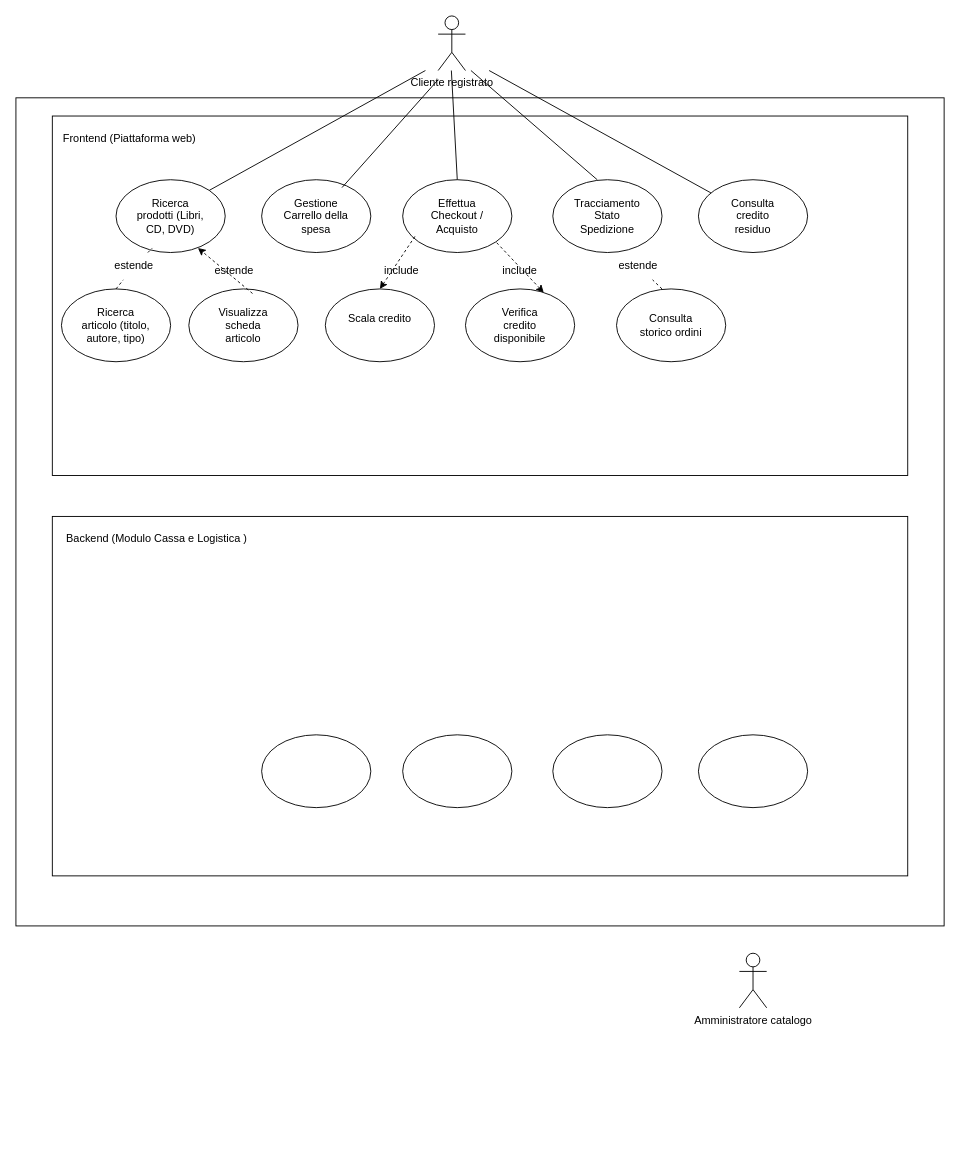
Above: Esercizio.drawio in taskos07/UML-casi-pratici (draw.io), before the change. Source tidied: cells renumbered, new cells numbered last; positions are measured from the earlier drawing's top-left corner, leaving out a move shared by most shapes. Both pictures are drawn from the tidied source at 91%, with x=0, y=0 at pixel (15, 15).
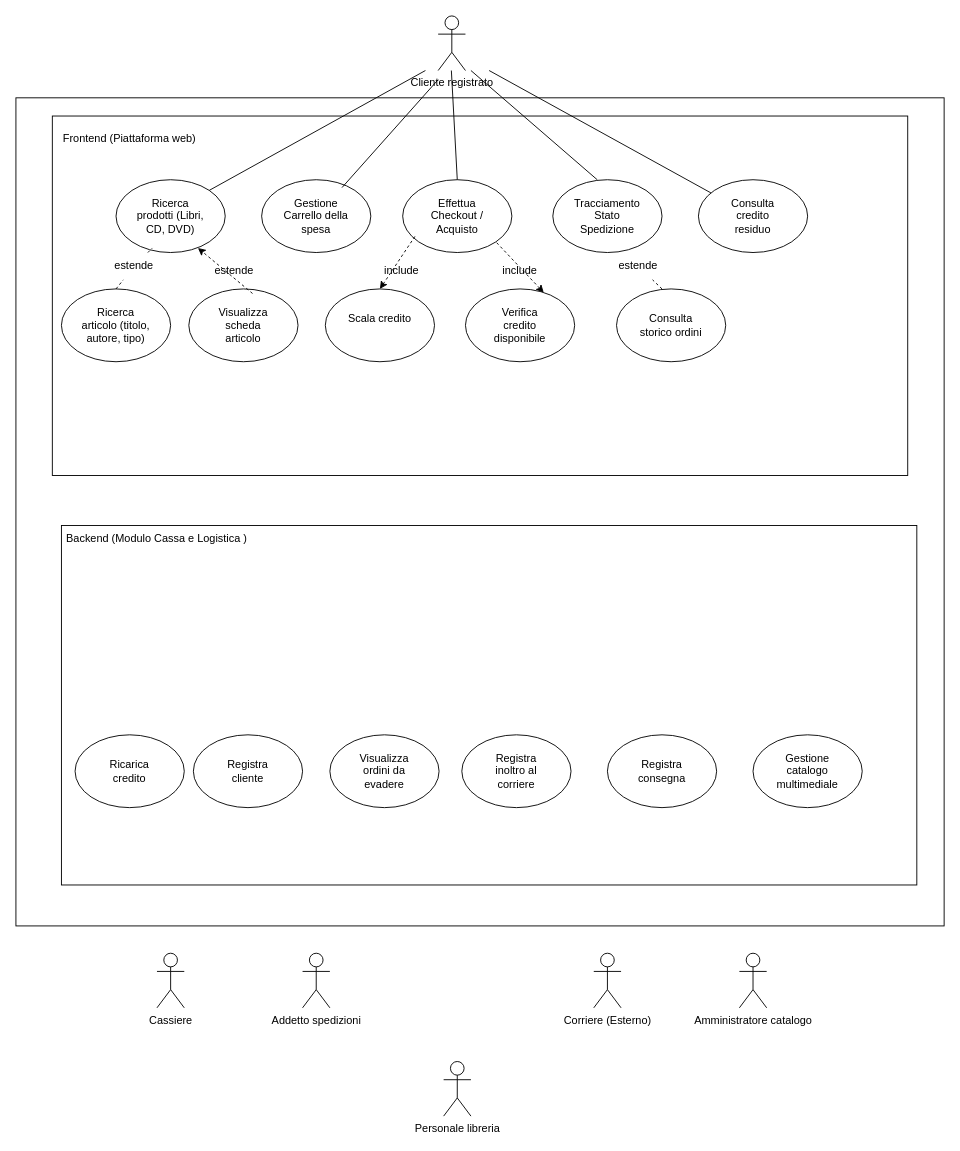
The same diagram, later.

Commit message:
fix: inseriti cassiere, addetto spedizioni e i relativi ovali nel modulo cassa/logistica

Diff of the diagram source:
```diff
@@
     <mxCell id="43" style="rounded=0;whiteSpace=wrap;html=1;" parent="1" vertex="1">
-      <mxGeometry x="40" y="550" width="940" height="395" as="geometry" />
+      <mxGeometry x="50" y="560" width="940" height="395" as="geometry" />
     </mxCell>
@@
     <mxCell id="45" style="ellipse;whiteSpace=wrap;html=1;shapeInside=1;" parent="1" vertex="1">
-      <mxGeometry x="270" y="790" width="120" height="80" as="geometry" />
+      <mxGeometry x="345" y="790" width="120" height="80" as="geometry" />
     </mxCell>
     <mxCell id="46" style="ellipse;whiteSpace=wrap;html=1;shapeInside=1;" parent="1" vertex="1">
-      <mxGeometry x="425" y="790" width="120" height="80" as="geometry" />
+      <mxGeometry x="490" y="790" width="120" height="80" as="geometry" />
     </mxCell>
     <mxCell id="47" style="ellipse;whiteSpace=wrap;html=1;shapeInside=1;" parent="1" vertex="1">
-      <mxGeometry x="590" y="790" width="120" height="80" as="geometry" />
+      <mxGeometry x="650" y="790" width="120" height="80" as="geometry" />
     </mxCell>
     <mxCell id="48" style="ellipse;whiteSpace=wrap;html=1;shapeInside=1;" parent="1" vertex="1">
-      <mxGeometry x="750" y="790" width="120" height="80" as="geometry" />
+      <mxGeometry x="810" y="790" width="120" height="80" as="geometry" />
     </mxCell>
@@
+    <mxCell id="50" value="&lt;div&gt;Gestione catalogo multimediale&lt;/div&gt;" style="text;html=1;whiteSpace=wrap;strokeColor=none;fillColor=none;align=center;verticalAlign=middle;rounded=0;" parent="1" vertex="1">
+      <mxGeometry x="830" y="815" width="80" height="30" as="geometry" />
+    </mxCell>
+    <mxCell id="51" style="ellipse;whiteSpace=wrap;html=1;shapeInside=1;" parent="1" vertex="1">
+      <mxGeometry x="195" y="790" width="120" height="80" as="geometry" />
+    </mxCell>
+    <mxCell id="52" value="&lt;div&gt;Corriere (Esterno)&lt;/div&gt;&lt;div&gt;&lt;br&gt;&lt;/div&gt;" style="shape=umlActor;verticalLabelPosition=bottom;verticalAlign=top;html=1;" parent="1" vertex="1">
+      <mxGeometry x="635" y="1030" width="30" height="60" as="geometry" />
+    </mxCell>
+    <mxCell id="53" value="&lt;div&gt;Personale libreria&lt;/div&gt;" style="shape=umlActor;verticalLabelPosition=bottom;verticalAlign=top;html=1;" parent="1" vertex="1">
+      <mxGeometry x="470" y="1149" width="30" height="60" as="geometry" />
+    </mxCell>
+    <mxCell id="54" value="&lt;div&gt;Addetto spedizioni&lt;/div&gt;&lt;div&gt;&lt;br&gt;&lt;/div&gt;" style="shape=umlActor;verticalLabelPosition=bottom;verticalAlign=top;html=1;" parent="1" vertex="1">
+      <mxGeometry x="315" y="1030" width="30" height="60" as="geometry" />
+    </mxCell>
+    <mxCell id="55" value="&lt;div&gt;Cassiere&lt;/div&gt;" style="shape=umlActor;verticalLabelPosition=bottom;verticalAlign=top;html=1;" parent="1" vertex="1">
+      <mxGeometry x="155" y="1030" width="30" height="60" as="geometry" />
+    </mxCell>
+    <mxCell id="56" value="Registra consegna" style="text;html=1;whiteSpace=wrap;strokeColor=none;fillColor=none;align=center;verticalAlign=middle;rounded=0;" parent="1" vertex="1">
+      <mxGeometry x="670" y="815" width="80" height="30" as="geometry" />
+    </mxCell>
+    <mxCell id="57" value="Registra inoltro al corriere" style="text;html=1;whiteSpace=wrap;strokeColor=none;fillColor=none;align=center;verticalAlign=middle;rounded=0;" parent="1" vertex="1">
+      <mxGeometry x="510" y="815" width="80" height="30" as="geometry" />
+    </mxCell>
+    <mxCell id="58" value="Visualizza ordini da evadere" style="text;html=1;whiteSpace=wrap;strokeColor=none;fillColor=none;align=center;verticalAlign=middle;rounded=0;" parent="1" vertex="1">
+      <mxGeometry x="365" y="815" width="80" height="30" as="geometry" />
+    </mxCell>
+    <mxCell id="59" style="ellipse;whiteSpace=wrap;html=1;shapeInside=1;" parent="1" vertex="1">
+      <mxGeometry x="65" y="790" width="120" height="80" as="geometry" />
+    </mxCell>
+    <mxCell id="60" value="Registra cliente" style="text;html=1;whiteSpace=wrap;strokeColor=none;fillColor=none;align=center;verticalAlign=middle;rounded=0;" parent="1" vertex="1">
+      <mxGeometry x="215" y="815" width="80" height="30" as="geometry" />
+    </mxCell>
+    <mxCell id="61" value="Ricarica credito" style="text;html=1;whiteSpace=wrap;strokeColor=none;fillColor=none;align=center;verticalAlign=middle;rounded=0;" parent="1" vertex="1">
+      <mxGeometry x="85" y="815" width="80" height="30" as="geometry" />
+    </mxCell>
```
